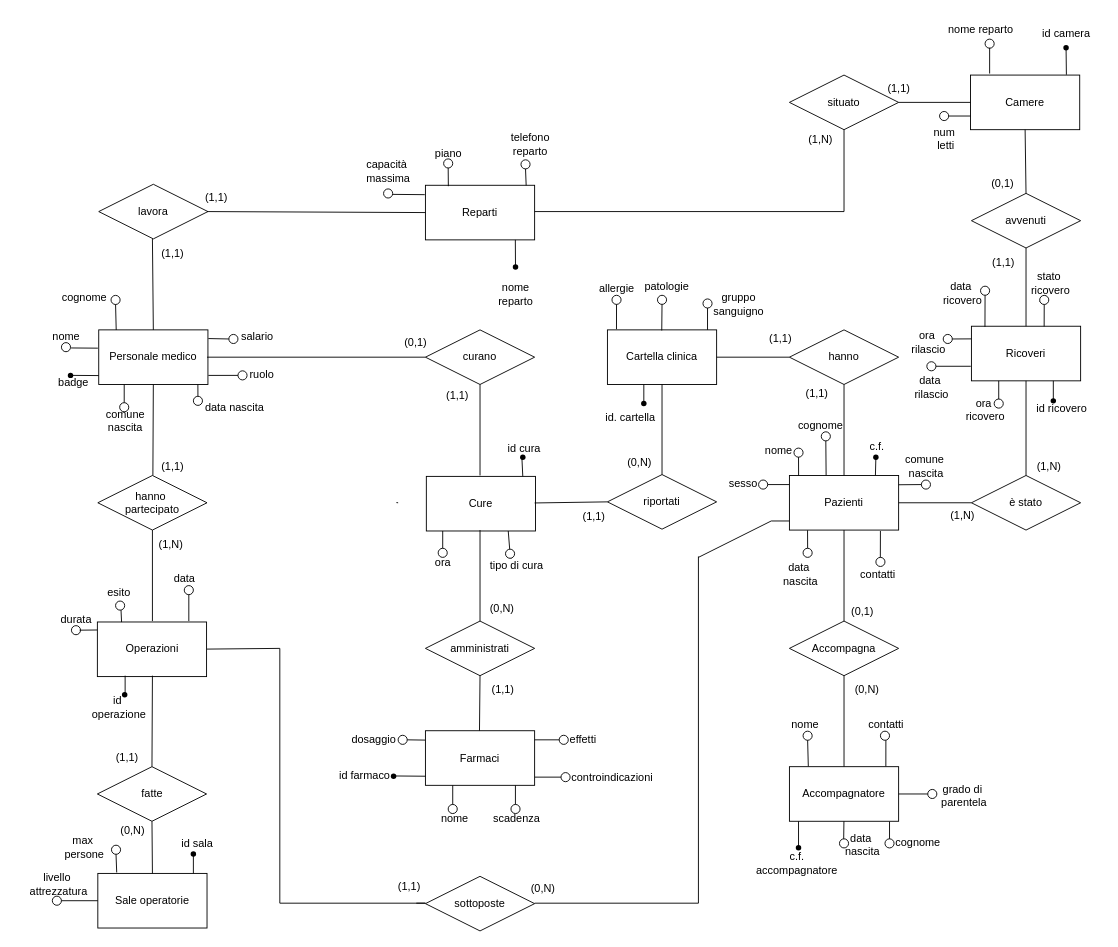
This is ER-ristru.drawio from MicheleDioli/UniPD-database-project-2024, a draw.io file, before an edit. Source tidied: cells renumbered, new cells numbered last; positions are measured from the earlier drawing's top-left corner, leaving out a move shared by most shapes. Both pictures are drawn from the tidied source at 91%, with x=0, y=0 at pixel (15, 15).
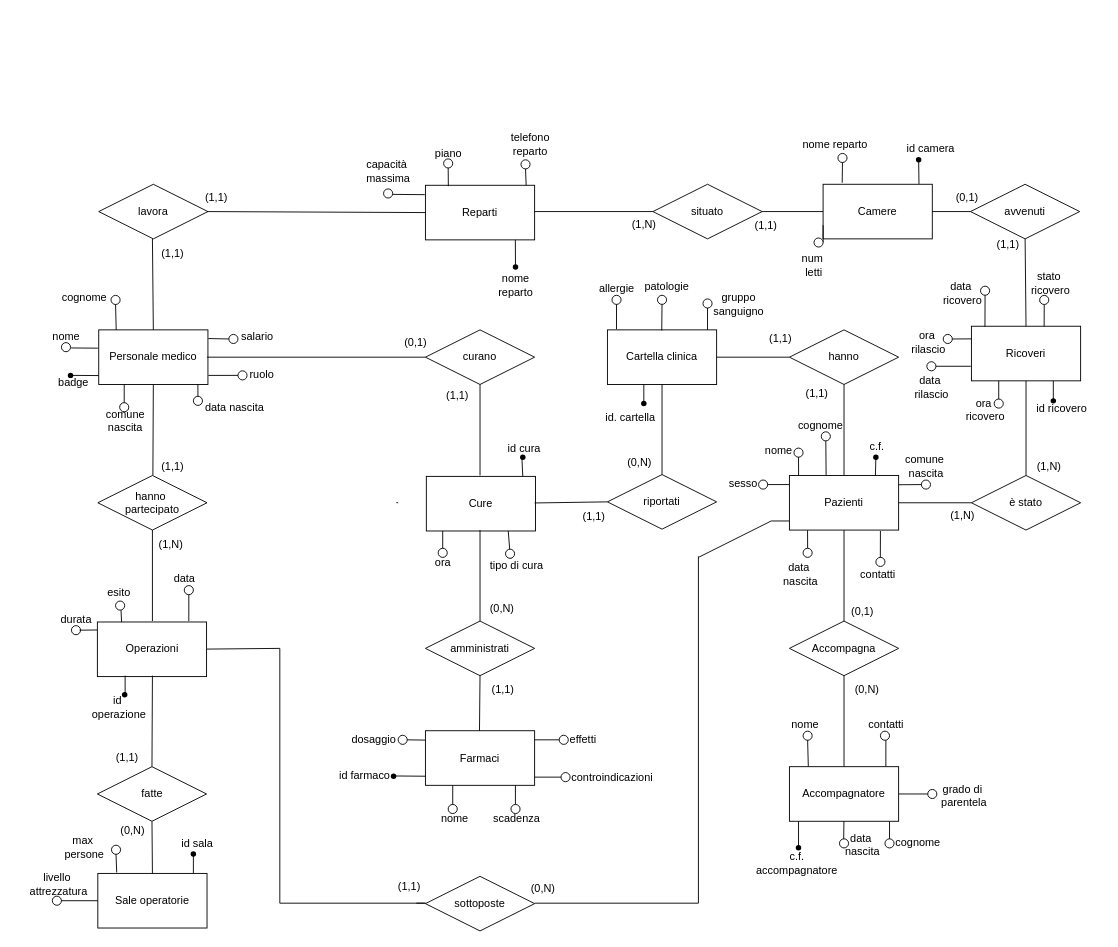
The same diagram, later.

The change refers to these unchanged cells:
```xml
<mxCell id="129" value="Ricoveri" style="rounded=0;whiteSpace=wrap;html=1;" parent="1" vertex="1">
  <mxGeometry x="1050" y="341" width="120" height="60" as="geometry" />
</mxCell>
```

What changed in the source:
```diff
@@
     <mxCell id="6" value="Camere" style="rounded=0;whiteSpace=wrap;html=1;" parent="1" vertex="1">
-      <mxGeometry x="1049" y="65" width="120" height="60" as="geometry" />
+      <mxGeometry x="887" y="185" width="120" height="60" as="geometry" />
     </mxCell>
@@
     <mxCell id="24" value="id camera" style="text;html=1;align=center;verticalAlign=middle;strokeColor=none;fillColor=none;" parent="1" vertex="1">
-      <mxGeometry x="1114" y="5" width="80" height="30" as="geometry" />
+      <mxGeometry x="965" y="131.1" width="80" height="30" as="geometry" />
     </mxCell>
     <mxCell id="25" value="num&lt;div&gt;&amp;nbsp;letti&lt;/div&gt;" style="text;html=1;align=center;verticalAlign=middle;strokeColor=none;fillColor=none;" parent="1" vertex="1">
-      <mxGeometry x="995" y="115" width="50" height="40" as="geometry" />
+      <mxGeometry x="850" y="254" width="50" height="40" as="geometry" />
     </mxCell>
@@
     <mxCell id="93" value="nome&lt;br&gt;reparto" style="text;html=1;align=center;verticalAlign=middle;strokeColor=none;fillColor=none;" parent="1" vertex="1">
-      <mxGeometry x="519" y="286" width="60" height="40" as="geometry" />
+      <mxGeometry x="519" y="276.1" width="60" height="40" as="geometry" />
     </mxCell>
@@
     <mxCell id="119" style="shape=waypoint;sketch=0;fillStyle=solid;size=6;points=[];fillColor=none;perimeter=centerPerimeter;snapToPoint=1;" parent="1" vertex="1">
-      <mxGeometry x="1144" y="25" width="20" height="20" as="geometry" />
+      <mxGeometry x="982" y="148.1" width="20" height="20" as="geometry" />
     </mxCell>
@@
     <mxCell id="121" style="ellipse;whiteSpace=wrap;html=1;" parent="1" vertex="1">
-      <mxGeometry x="1015" y="105" width="10" height="10" as="geometry" />
+      <mxGeometry x="877" y="244" width="10" height="10" as="geometry" />
     </mxCell>
@@
     <mxCell id="126" value="nome reparto" style="text;html=1;align=center;verticalAlign=middle;strokeColor=none;fillColor=none;" parent="1" vertex="1">
-      <mxGeometry x="1015" width="90" height="30" as="geometry" />
+      <mxGeometry x="855" y="127.1" width="90" height="30" as="geometry" />
     </mxCell>
     <mxCell id="127" style="ellipse;whiteSpace=wrap;html=1;" parent="1" vertex="1">
-      <mxGeometry x="1065" y="25.5" width="10" height="10" as="geometry" />
+      <mxGeometry x="903.3" y="151.1" width="10" height="10" as="geometry" />
     </mxCell>
-    <mxCell id="128" style="endArrow=none;html=1;rounded=0;exitX=0.175;exitY=-0.028;exitDx=0;exitDy=0;exitPerimeter=0;" parent="1" edge="1" source="6">
-      <mxGeometry relative="1" as="geometry">
-        <mxPoint x="1070" y="35" as="targetPoint" />
-      </mxGeometry>
+    <mxCell id="128" style="endArrow=none;html=1;rounded=0;exitX=0.175;exitY=-0.028;exitDx=0;exitDy=0;exitPerimeter=0;entryX=0.5;entryY=1;entryDx=0;entryDy=0;" parent="1" edge="1" source="6" target="127">
+      <mxGeometry relative="1" as="geometry" />
     </mxCell>
@@
     <mxCell id="130" value="avvenuti" style="shape=rhombus;perimeter=rhombusPerimeter;whiteSpace=wrap;html=1;align=center;" parent="1" vertex="1">
-      <mxGeometry x="1050" y="195" width="120" height="60" as="geometry" />
+      <mxGeometry x="1049" y="185" width="120" height="60" as="geometry" />
     </mxCell>
-    <mxCell id="131" style="endArrow=none;html=1;rounded=0;exitX=0.5;exitY=0;exitDx=0;exitDy=0;" parent="1" edge="1" source="129">
-      <mxGeometry relative="1" as="geometry">
-        <mxPoint x="1110" y="255" as="targetPoint" />
-      </mxGeometry>
+    <mxCell id="131" style="endArrow=none;html=1;rounded=0;exitX=0.5;exitY=0;exitDx=0;exitDy=0;entryX=0.5;entryY=1;entryDx=0;entryDy=0;" parent="1" edge="1" source="129" target="130">
+      <mxGeometry relative="1" as="geometry" />
     </mxCell>
@@
     <mxCell id="133" value="situato" style="shape=rhombus;perimeter=rhombusPerimeter;whiteSpace=wrap;html=1;align=center;" parent="1" vertex="1">
-      <mxGeometry x="850" y="65" width="120" height="60" as="geometry" />
+      <mxGeometry x="700" y="185" width="120" height="60" as="geometry" />
     </mxCell>
-    <mxCell id="134" style="endArrow=none;html=1;rounded=0;entryX=0;entryY=0.5;entryDx=0;entryDy=0;exitX=1;exitY=0.5;exitDx=0;exitDy=0;" parent="1" edge="1" source="133" target="6">
-      <mxGeometry relative="1" as="geometry" />
-    </mxCell>
@@
-    <mxCell id="176" style="endArrow=none;html=1;rounded=0;entryX=0.5;entryY=1;entryDx=0;entryDy=0;" parent="1" edge="1" target="6">
-      <mxGeometry relative="1" as="geometry">
-        <mxPoint x="1110" y="195" as="sourcePoint" />
-      </mxGeometry>
-    </mxCell>
@@
-    <mxCell id="219" style="endArrow=none;html=1;rounded=0;entryX=0.5;entryY=1;entryDx=0;entryDy=0;" parent="1" edge="1" target="133">
-      <mxGeometry relative="1" as="geometry">
-        <mxPoint x="910" y="215" as="sourcePoint" />
-      </mxGeometry>
-    </mxCell>
@@
     <mxCell id="221" style="endArrow=none;html=1;rounded=0;" parent="1" edge="1">
       <mxGeometry relative="1" as="geometry">
         <mxPoint x="570" y="215" as="sourcePoint" />
-        <mxPoint x="910" y="215" as="targetPoint" />
+        <mxPoint x="700" y="215" as="targetPoint" />
       </mxGeometry>
     </mxCell>
@@
     <mxCell id="227" value="(1,N)" style="text;html=1;align=center;verticalAlign=middle;strokeColor=none;fillColor=none;" parent="1" vertex="1">
-      <mxGeometry x="859" y="121.1" width="50" height="30" as="geometry" />
+      <mxGeometry x="665" y="214" width="50" height="30" as="geometry" />
     </mxCell>
     <mxCell id="228" value="(1,1)" style="text;html=1;align=center;verticalAlign=middle;strokeColor=none;fillColor=none;" parent="1" vertex="1">
-      <mxGeometry x="945" y="65" width="50" height="30" as="geometry" />
+      <mxGeometry x="799" y="216.1" width="50" height="30" as="geometry" />
     </mxCell>
     <mxCell id="229" value="(0,1)" style="text;html=1;align=center;verticalAlign=middle;strokeColor=none;fillColor=none;" parent="1" vertex="1">
-      <mxGeometry x="1059" y="170.1" width="50" height="30" as="geometry" />
+      <mxGeometry x="1020" y="185" width="50" height="30" as="geometry" />
     </mxCell>
     <mxCell id="230" value="(1,1)" style="text;html=1;align=center;verticalAlign=middle;strokeColor=none;fillColor=none;" parent="1" vertex="1">
-      <mxGeometry x="1060" y="256" width="50" height="30" as="geometry" />
+      <mxGeometry x="1065" y="236" width="50" height="30" as="geometry" />
     </mxCell>
@@
+    <mxCell id="134" style="endArrow=none;html=1;exitX=1;exitY=0.5;exitDx=0;exitDy=0;entryX=0;entryY=0.5;entryDx=0;entryDy=0;" parent="1" edge="1" source="133" target="6">
+      <mxGeometry relative="1" as="geometry" />
+    </mxCell>
+    <mxCell id="243" style="endArrow=none;html=1;exitX=1;exitY=0.5;exitDx=0;exitDy=0;entryX=0;entryY=0.5;entryDx=0;entryDy=0;" parent="1" edge="1" source="6" target="130">
+      <mxGeometry relative="1" as="geometry" />
+    </mxCell>
```
